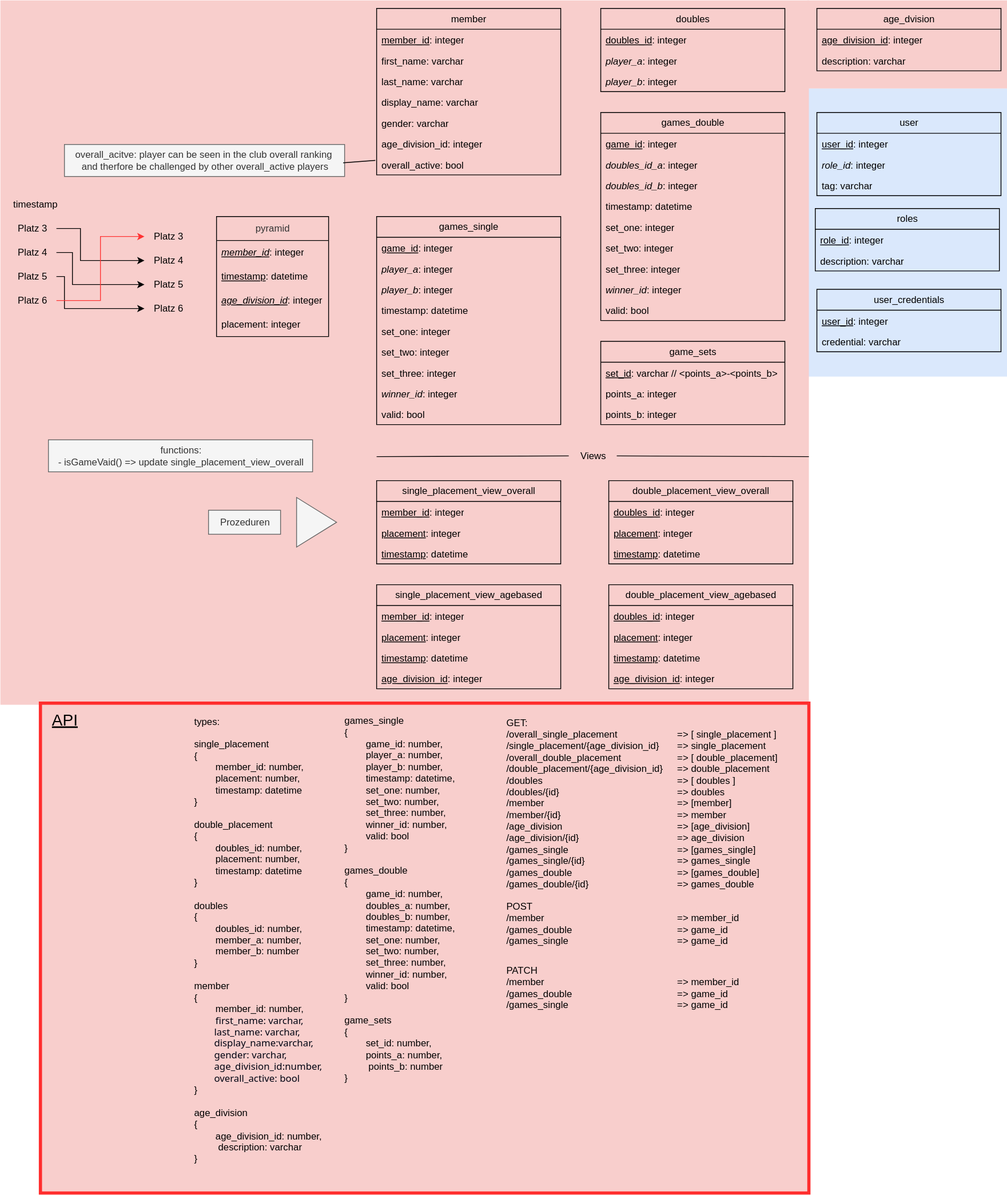
mexterng/badminton_bcgw keeps this draw.io diagram as docs/uploads/api_database_doku.drawio.svg. Above is the earlier version. Source tidied: cells renumbered, new cells last; positions are measured from the earlier drawing's top-left corner, leaving out a move shared by most shapes.
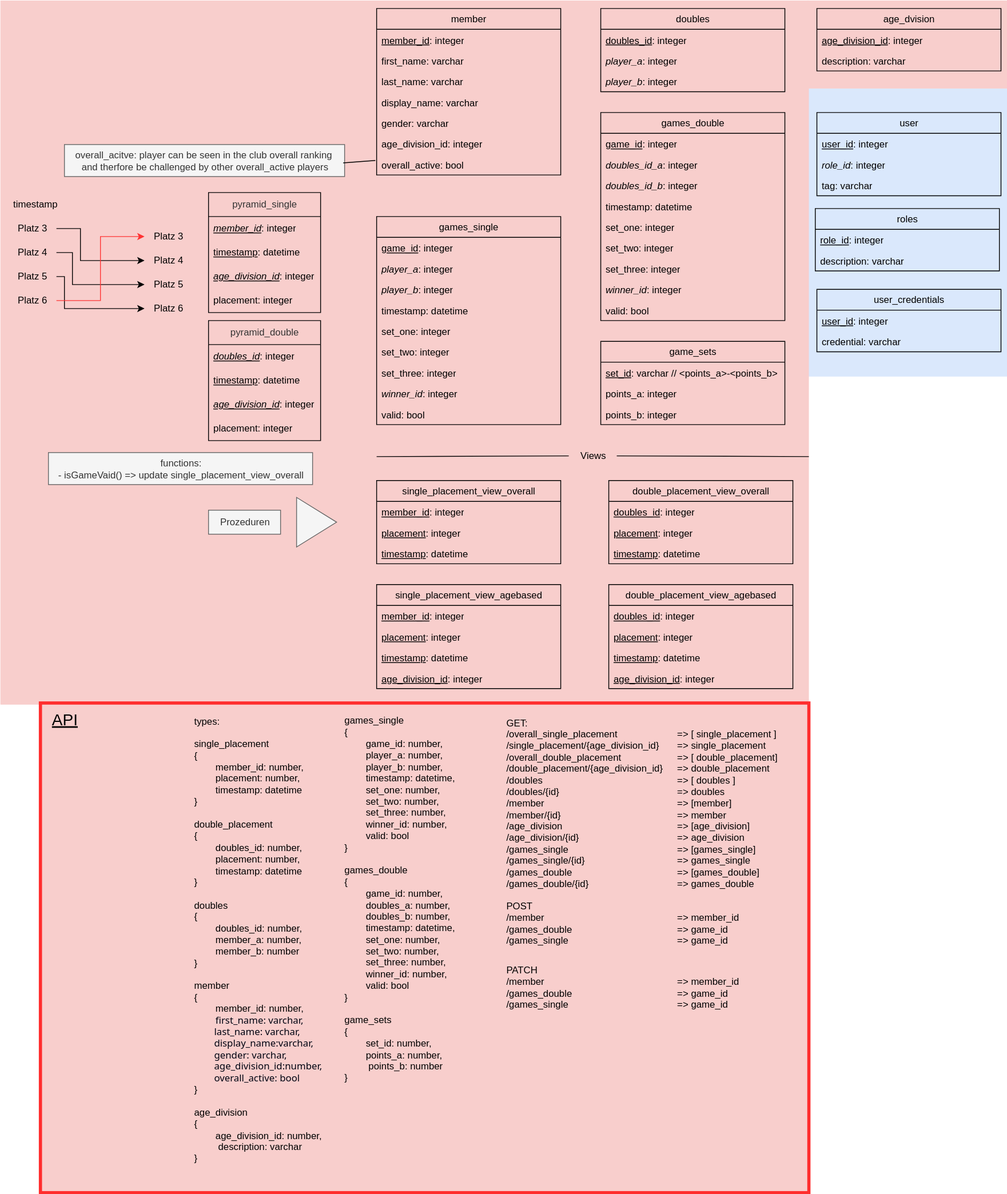
After the change.

Commit message:
docs(db): add double pyramid table

Change to the diagram source:
```diff
@@ -166,7 +166,7 @@
       <mxGeometry x="260" y="637" width="90" height="30" as="geometry" />
     </mxCell>
     <mxCell id="55" value="functions:&lt;div&gt;- isGameVaid() =&amp;gt; update single_placement_view_overall&lt;/div&gt;" style="text;html=1;align=center;verticalAlign=middle;strokeColor=#666666;fillColor=#f5f5f5;fontColor=#333333;" parent="1" vertex="1">
-      <mxGeometry x="60" y="549" width="330" height="40" as="geometry" />
+      <mxGeometry x="60" y="565" width="330" height="40" as="geometry" />
     </mxCell>
     <mxCell id="56" value="double_placement_view_overall" style="swimlane;fontStyle=0;horizontal=1;startSize=26;fillColor=none;whiteSpace=wrap;html=1;" parent="1" vertex="1">
       <mxGeometry x="760" y="600" width="230" height="104" as="geometry" />
@@ -264,8 +264,8 @@
     <mxCell id="87" style="rounded=0;whiteSpace=wrap;html=1;fillColor=none;strokeWidth=4;strokeColor=#FF2D2D;" parent="1" vertex="1">
       <mxGeometry x="50" y="878" width="960" height="612" as="geometry" />
     </mxCell>
-    <mxCell id="88" value="pyramid" style="swimlane;fontStyle=0;horizontal=1;startSize=30;whiteSpace=wrap;html=1;fillColor=none;fontColor=#333333;strokeColor=#000000;" parent="1" vertex="1">
-      <mxGeometry x="270" y="270" width="140" height="150" as="geometry" />
+    <mxCell id="88" value="pyramid_single" style="swimlane;fontStyle=0;horizontal=1;startSize=30;whiteSpace=wrap;html=1;fillColor=none;fontColor=#333333;strokeColor=#000000;" parent="1" vertex="1">
+      <mxGeometry x="260" y="240" width="140" height="150" as="geometry" />
     </mxCell>
     <mxCell id="89" value="&lt;u&gt;&lt;i&gt;member_id&lt;/i&gt;&lt;/u&gt;: integer" style="text;strokeColor=none;fillColor=none;align=left;verticalAlign=middle;spacingLeft=4;spacingRight=4;overflow=hidden;whiteSpace=wrap;html=1;" parent="88" vertex="1">
       <mxGeometry y="30" width="140" height="30" as="geometry" />
@@ -333,5 +333,20 @@
     <mxCell id="105" value="timestamp" style="text;strokeColor=none;fillColor=none;align=left;verticalAlign=middle;spacingLeft=4;spacingRight=4;overflow=hidden;whiteSpace=wrap;html=1;" parent="1" vertex="1">
       <mxGeometry x="10" y="240" width="140" height="30" as="geometry" />
     </mxCell>
+    <mxCell id="106" value="pyramid_double" style="swimlane;fontStyle=0;horizontal=1;startSize=30;whiteSpace=wrap;html=1;fillColor=none;fontColor=#333333;strokeColor=#000000;" parent="1" vertex="1">
+      <mxGeometry x="260" y="400" width="140" height="150" as="geometry" />
+    </mxCell>
+    <mxCell id="107" value="&lt;u&gt;&lt;i&gt;doubles_id&lt;/i&gt;&lt;/u&gt;: integer" style="text;strokeColor=none;fillColor=none;align=left;verticalAlign=middle;spacingLeft=4;spacingRight=4;overflow=hidden;whiteSpace=wrap;html=1;" parent="106" vertex="1">
+      <mxGeometry y="30" width="140" height="30" as="geometry" />
+    </mxCell>
+    <mxCell id="108" value="&lt;u&gt;timestamp&lt;/u&gt;: datetime" style="text;strokeColor=none;fillColor=none;align=left;verticalAlign=middle;spacingLeft=4;spacingRight=4;overflow=hidden;whiteSpace=wrap;html=1;" parent="106" vertex="1">
+      <mxGeometry y="60" width="140" height="30" as="geometry" />
+    </mxCell>
+    <mxCell id="109" value="&lt;i&gt;&lt;u&gt;age_division_id&lt;/u&gt;&lt;/i&gt;: integer" style="text;strokeColor=none;fillColor=none;align=left;verticalAlign=middle;spacingLeft=4;spacingRight=4;overflow=hidden;whiteSpace=wrap;html=1;" parent="106" vertex="1">
+      <mxGeometry y="90" width="140" height="30" as="geometry" />
+    </mxCell>
+    <mxCell id="110" value="placement: integer" style="text;strokeColor=none;fillColor=none;align=left;verticalAlign=middle;spacingLeft=4;spacingRight=4;overflow=hidden;whiteSpace=wrap;html=1;" parent="106" vertex="1">
+      <mxGeometry y="120" width="140" height="30" as="geometry" />
+    </mxCell>
   </root>
 </mxGraphModel>
```
